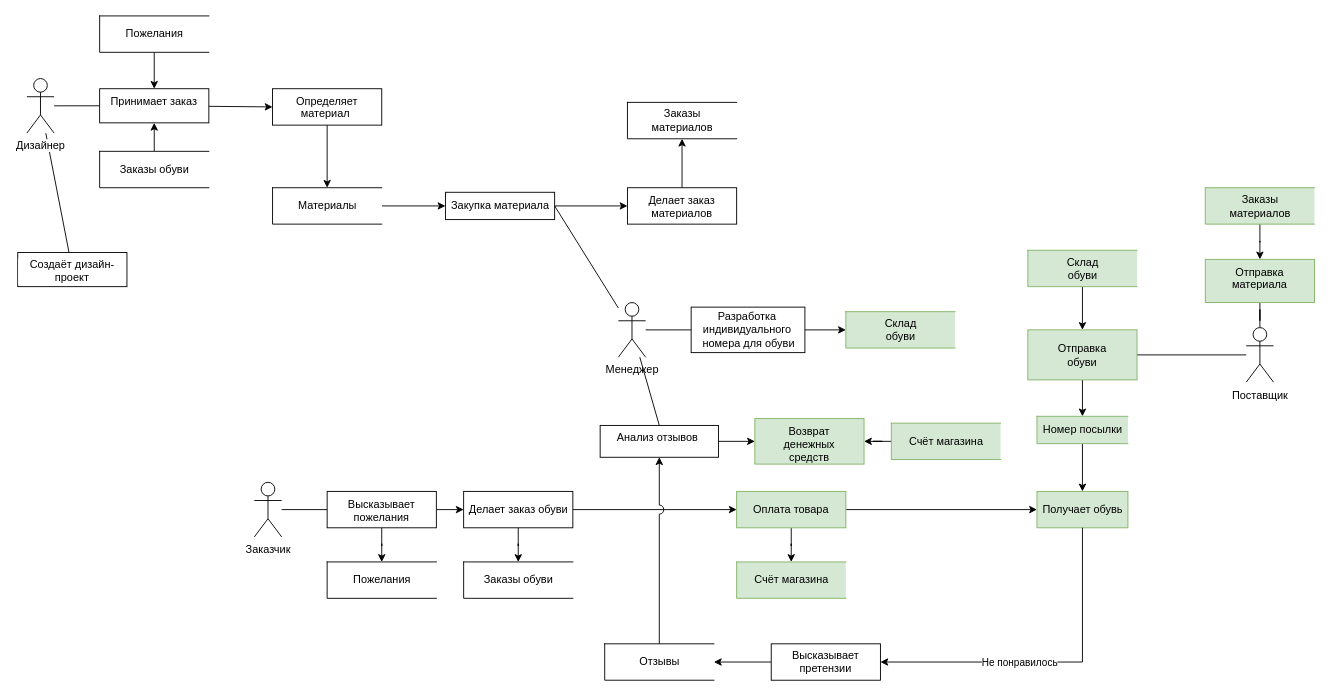
Above: DFD.drawio in MorozovStanislav/Repozitory (draw.io), before the change. Source tidied: cells renumbered, new cells numbered last; positions are measured from the earlier drawing's top-left corner, leaving out a move shared by most shapes. Both pictures are drawn from the tidied source at 91%, with x=0, y=0 at pixel (17, 15).
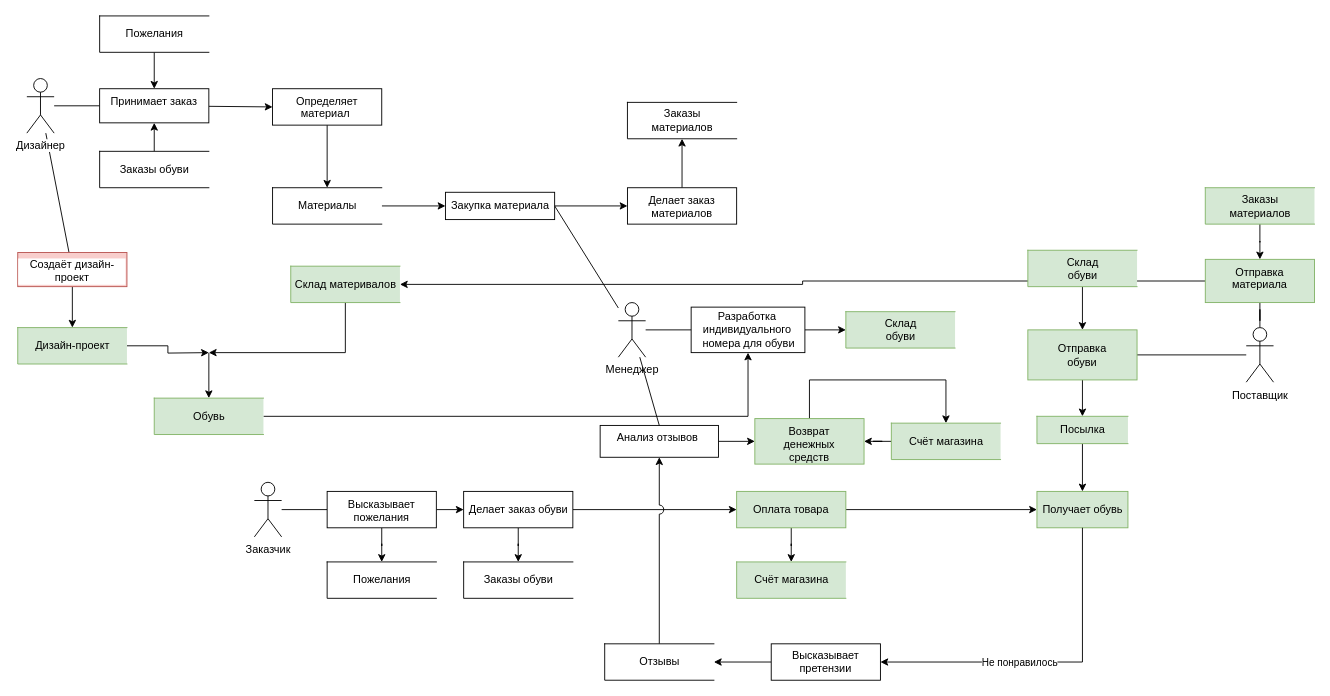
Above is the later version.

Unchanged cells that the change refers to:
```xml
<mxCell id="48" value="Отправка&lt;br&gt;материала" style="whiteSpace=wrap;html=1;verticalAlign=top;fillColor=#d5e8d4;strokeColor=#82b366;fontColor=default;" parent="1" vertex="1">
  <mxGeometry x="1305" y="267.5" width="120" height="47.5" as="geometry" />
</mxCell>
<mxCell id="56" value="Разработка&amp;nbsp;&lt;br&gt;индивидуального&amp;nbsp;&lt;br&gt;номера для обуви&lt;br&gt;" style="html=1;dashed=0;whitespace=wrap;fontColor=default;fillColor=default;strokeColor=default;labelBackgroundColor=default;" parent="1" vertex="1">
  <mxGeometry x="740" y="320" width="125" height="50" as="geometry" />
</mxCell>
<mxCell id="65" value="Возврат&lt;br&gt;денежных &lt;br&gt;средств" style="whiteSpace=wrap;html=1;verticalAlign=top;fillColor=#d5e8d4;strokeColor=#82b366;" parent="1" vertex="1">
  <mxGeometry x="810" y="442.5" width="120" height="50" as="geometry" />
</mxCell>
<mxCell id="67" value="Счёт магазина" style="html=1;dashed=0;whitespace=wrap;shape=partialRectangle;right=0;fillColor=#d5e8d4;strokeColor=#82b366;" parent="1" vertex="1">
  <mxGeometry x="960" y="447.5" width="120" height="40" as="geometry" />
</mxCell>
```

The edit, as a diff of the source:
```diff
@@
+    <mxCell id="68" style="edgeStyle=orthogonalEdgeStyle;rounded=0;jettySize=auto;html=1;" parent="1" edge="1" source="42" target="74">
+      <mxGeometry relative="1" as="geometry" />
+    </mxCell>
-    <mxCell id="42" value="Создаёт дизайн-проект" style="whiteSpace=wrap;html=1;verticalAlign=top;strokeColor=default;labelBackgroundColor=default;fontColor=default;" parent="1" vertex="1">
+    <mxCell id="42" value="Создаёт дизайн-проект" style="whiteSpace=wrap;html=1;verticalAlign=top;strokeColor=#b85450;labelBackgroundColor=default;fillColor=#f8cecc;" parent="1" vertex="1">
       <mxGeometry y="260" width="120" height="37.5" as="geometry" />
     </mxCell>
@@
+    <mxCell id="69" style="edgeStyle=orthogonalEdgeStyle;rounded=0;jettySize=auto;html=1;" parent="1" edge="1" source="48" target="72">
+      <mxGeometry relative="1" as="geometry" />
+    </mxCell>
@@
-    <mxCell id="61" value="Номер посылки" style="html=1;dashed=0;whitespace=wrap;shape=partialRectangle;right=0;verticalAlign=middle;fillColor=#d5e8d4;strokeColor=#82b366;" parent="1" vertex="1">
+    <mxCell id="61" value="Посылка" style="html=1;dashed=0;whitespace=wrap;shape=partialRectangle;right=0;verticalAlign=middle;fillColor=#d5e8d4;strokeColor=#82b366;" parent="1" vertex="1">
       <mxGeometry x="1120" y="440" width="100" height="30" as="geometry" />
     </mxCell>
@@
+    <mxCell id="70" style="edgeStyle=orthogonalEdgeStyle;rounded=0;jettySize=auto;html=1;" parent="1" edge="1" source="65" target="67">
+      <mxGeometry relative="1" as="geometry">
+        <Array as="points">
+          <mxPoint x="870" y="400" />
+          <mxPoint x="1020" y="400" />
+        </Array>
+      </mxGeometry>
+    </mxCell>
@@
+    <mxCell id="71" style="edgeStyle=orthogonalEdgeStyle;rounded=0;jettySize=auto;html=1;" parent="1" edge="1" source="72">
+      <mxGeometry relative="1" as="geometry">
+        <mxPoint x="210" y="370" as="targetPoint" />
+        <Array as="points">
+          <mxPoint x="360" y="370" />
+        </Array>
+      </mxGeometry>
+    </mxCell>
+    <mxCell id="72" value="Склад материвалов" style="html=1;dashed=0;whitespace=wrap;shape=partialRectangle;right=0;fillColor=#d5e8d4;strokeColor=#82b366;labelBackgroundColor=none;fontColor=default;" parent="1" vertex="1">
+      <mxGeometry x="300" y="275" width="120" height="40" as="geometry" />
+    </mxCell>
+    <mxCell id="73" style="edgeStyle=orthogonalEdgeStyle;rounded=0;jettySize=auto;html=1;" parent="1" edge="1" source="74">
+      <mxGeometry relative="1" as="geometry">
+        <mxPoint x="210" y="370" as="targetPoint" />
+      </mxGeometry>
+    </mxCell>
+    <mxCell id="74" value="Дизайн-проект" style="html=1;dashed=0;whitespace=wrap;shape=partialRectangle;right=0;fillColor=#d5e8d4;strokeColor=#82b366;labelBackgroundColor=none;fontColor=default;" parent="1" vertex="1">
+      <mxGeometry y="342.5" width="120" height="40" as="geometry" />
+    </mxCell>
+    <mxCell id="75" style="edgeStyle=orthogonalEdgeStyle;rounded=0;jettySize=auto;html=1;" parent="1" edge="1" source="76" target="56">
+      <mxGeometry relative="1" as="geometry" />
+    </mxCell>
+    <mxCell id="76" value="Обувь" style="html=1;dashed=0;whitespace=wrap;shape=partialRectangle;right=0;fillColor=#d5e8d4;strokeColor=#82b366;labelBackgroundColor=none;fontColor=default;" parent="1" vertex="1">
+      <mxGeometry x="150" y="420" width="120" height="40" as="geometry" />
+    </mxCell>
+    <mxCell id="77" style="endArrow=classic;html=1;rounded=0;" parent="1" edge="1" target="76">
+      <mxGeometry relative="1" as="geometry">
+        <mxPoint x="210" y="370" as="sourcePoint" />
+      </mxGeometry>
+    </mxCell>
```
